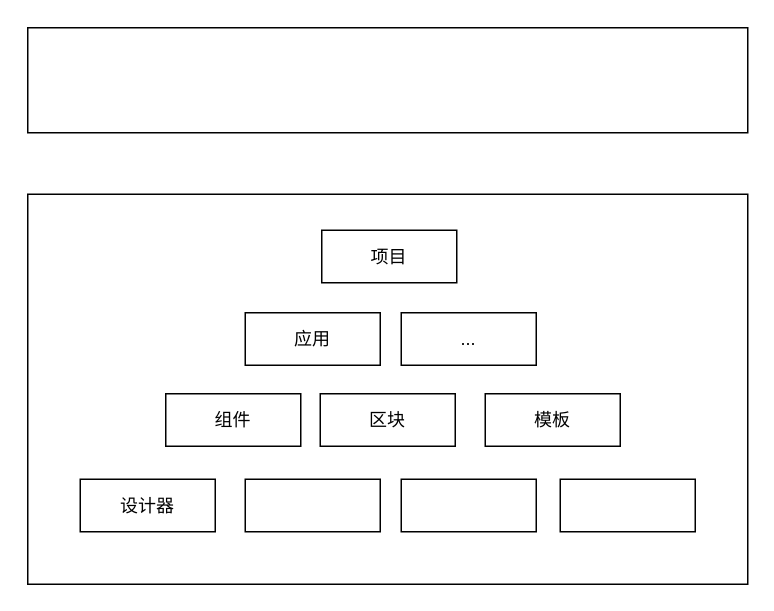
Above: 低代码——金字塔结构成果复用.drawio in tangyaosimida/love (draw.io), before the change. Source tidied: cells renumbered, new cells numbered last; positions are measured from the earlier drawing's top-left corner, leaving out a move shared by most shapes. Both pictures are drawn from the tidied source at 150%, with x=0, y=0 at pixel (27, 27).
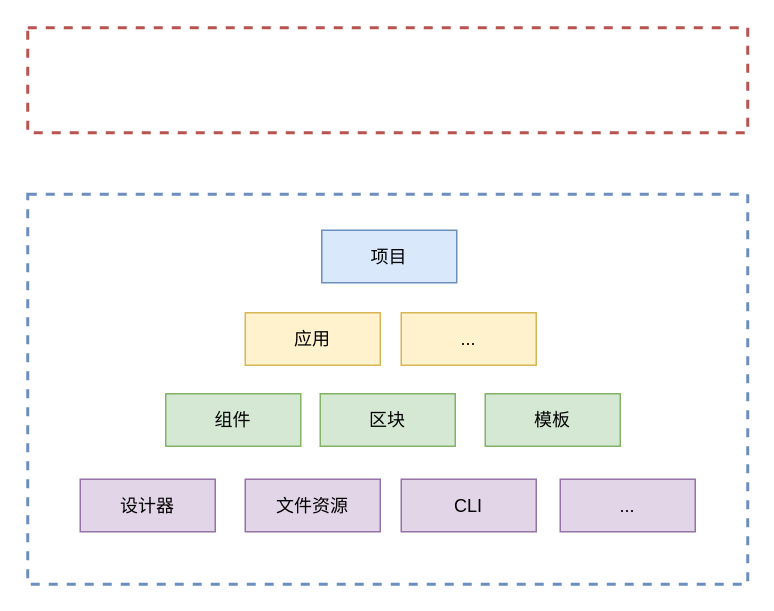
Above is the later version.

Commit message (it also covers changes not shown here):
更新低代码——金字塔结构成果复用.drawio

Diff of the diagram source:
```diff
@@
 <mxGraphModel>
   <root>
     <mxCell id="0" />
     <mxCell id="1" parent="0" />
-    <mxCell id="2" style="rounded=0;whiteSpace=wrap;html=1;" parent="1" vertex="1">
+    <mxCell id="2" style="rounded=0;whiteSpace=wrap;html=1;fillColor=none;strokeColor=#b85450;strokeWidth=2;dashed=1;" parent="1" vertex="1">
       <mxGeometry width="480" height="70" as="geometry" />
     </mxCell>
-    <mxCell id="3" style="rounded=0;whiteSpace=wrap;html=1;" parent="1" vertex="1">
+    <mxCell id="3" style="rounded=0;whiteSpace=wrap;html=1;fillColor=none;strokeColor=#6c8ebf;dashed=1;strokeWidth=2;" parent="1" vertex="1">
       <mxGeometry y="111" width="480" height="260" as="geometry" />
     </mxCell>
-    <mxCell id="4" value="设计器" style="rounded=0;whiteSpace=wrap;html=1;" parent="1" vertex="1">
+    <mxCell id="4" value="设计器" style="rounded=0;whiteSpace=wrap;html=1;fillColor=#e1d5e7;strokeColor=#9673a6;" parent="1" vertex="1">
       <mxGeometry x="35" y="301" width="90" height="35" as="geometry" />
     </mxCell>
-    <mxCell id="5" style="rounded=0;whiteSpace=wrap;html=1;" parent="1" vertex="1">
+    <mxCell id="5" value="文件资源" style="rounded=0;whiteSpace=wrap;html=1;fillColor=#e1d5e7;strokeColor=#9673a6;" parent="1" vertex="1">
       <mxGeometry x="145" y="301" width="90" height="35" as="geometry" />
     </mxCell>
-    <mxCell id="6" style="rounded=0;whiteSpace=wrap;html=1;" parent="1" vertex="1">
+    <mxCell id="6" value="CLI" style="rounded=0;whiteSpace=wrap;html=1;fillColor=#e1d5e7;strokeColor=#9673a6;" parent="1" vertex="1">
       <mxGeometry x="249" y="301" width="90" height="35" as="geometry" />
     </mxCell>
-    <mxCell id="7" style="rounded=0;whiteSpace=wrap;html=1;" parent="1" vertex="1">
+    <mxCell id="7" value="..." style="rounded=0;whiteSpace=wrap;html=1;fillColor=#e1d5e7;strokeColor=#9673a6;" parent="1" vertex="1">
       <mxGeometry x="355" y="301" width="90" height="35" as="geometry" />
     </mxCell>
-    <mxCell id="8" value="组件" style="rounded=0;whiteSpace=wrap;html=1;" parent="1" vertex="1">
+    <mxCell id="8" value="组件" style="rounded=0;whiteSpace=wrap;html=1;fillColor=#d5e8d4;strokeColor=#82b366;" parent="1" vertex="1">
       <mxGeometry x="92" y="244" width="90" height="35" as="geometry" />
     </mxCell>
-    <mxCell id="9" value="区块" style="rounded=0;whiteSpace=wrap;html=1;" parent="1" vertex="1">
+    <mxCell id="9" value="区块" style="rounded=0;whiteSpace=wrap;html=1;fillColor=#d5e8d4;strokeColor=#82b366;" parent="1" vertex="1">
       <mxGeometry x="195" y="244" width="90" height="35" as="geometry" />
     </mxCell>
-    <mxCell id="10" value="模板" style="rounded=0;whiteSpace=wrap;html=1;" parent="1" vertex="1">
+    <mxCell id="10" value="模板" style="rounded=0;whiteSpace=wrap;html=1;fillColor=#d5e8d4;strokeColor=#82b366;" parent="1" vertex="1">
       <mxGeometry x="305" y="244" width="90" height="35" as="geometry" />
     </mxCell>
-    <mxCell id="11" value="应用" style="rounded=0;whiteSpace=wrap;html=1;" parent="1" vertex="1">
+    <mxCell id="11" value="应用" style="rounded=0;whiteSpace=wrap;html=1;fillColor=#fff2cc;strokeColor=#d6b656;" parent="1" vertex="1">
       <mxGeometry x="145" y="190" width="90" height="35" as="geometry" />
     </mxCell>
-    <mxCell id="12" value="..." style="rounded=0;whiteSpace=wrap;html=1;" parent="1" vertex="1">
+    <mxCell id="12" value="..." style="rounded=0;whiteSpace=wrap;html=1;fillColor=#fff2cc;strokeColor=#d6b656;" parent="1" vertex="1">
       <mxGeometry x="249" y="190" width="90" height="35" as="geometry" />
     </mxCell>
-    <mxCell id="13" value="项目" style="rounded=0;whiteSpace=wrap;html=1;" parent="1" vertex="1">
+    <mxCell id="13" value="项目" style="rounded=0;whiteSpace=wrap;html=1;fillColor=#dae8fc;strokeColor=#6c8ebf;" parent="1" vertex="1">
       <mxGeometry x="196" y="135" width="90" height="35" as="geometry" />
     </mxCell>
   </root>
 </mxGraphModel>
```
